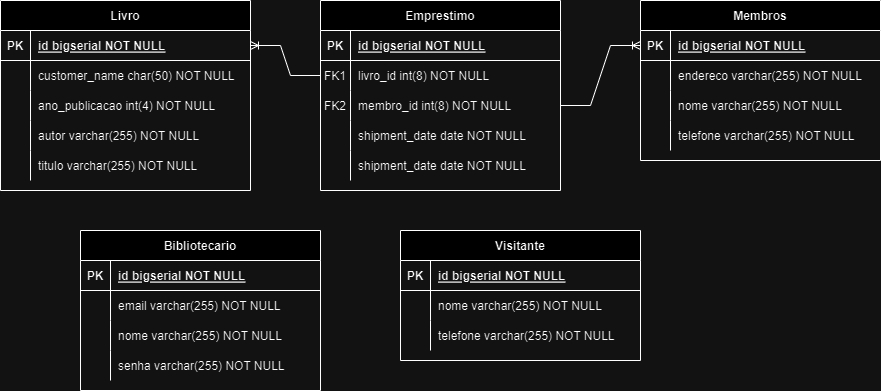
Above: M1S09-Ex 2.drawio.png in yamagishijapa/CRUDwithDb (draw.io), before the change. Source tidied: cells renumbered, new cells last; positions are measured from the earlier drawing's top-left corner, leaving out a move shared by most shapes.
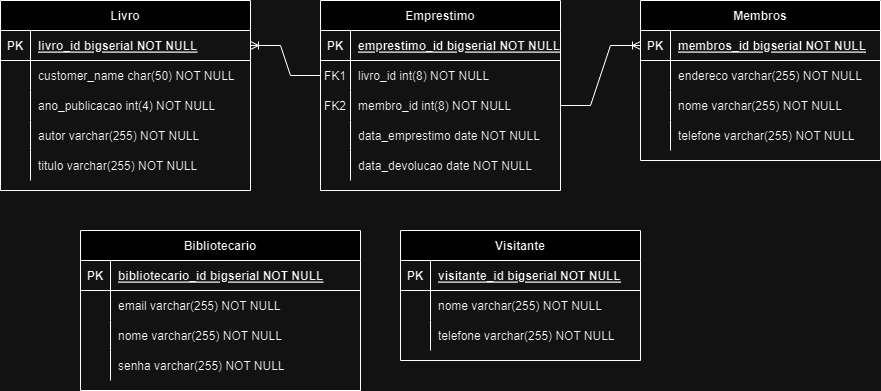
The same diagram one commit later.

Diff of the diagram source:
```diff
@@ -11,7 +11,7 @@
     <mxCell id="4" value="PK" style="shape=partialRectangle;overflow=hidden;fillColor=none;top=0;left=0;bottom=0;right=0;fontStyle=1;" parent="3" vertex="1">
       <mxGeometry width="30" height="30" as="geometry" />
     </mxCell>
-    <mxCell id="5" value="id bigserial NOT NULL " style="shape=partialRectangle;overflow=hidden;fillColor=none;top=0;left=0;bottom=0;right=0;align=left;spacingLeft=6;fontStyle=5;" parent="3" vertex="1">
+    <mxCell id="5" value="membros_id bigserial NOT NULL " style="shape=partialRectangle;overflow=hidden;fillColor=none;top=0;left=0;bottom=0;right=0;align=left;spacingLeft=6;fontStyle=5;" parent="3" vertex="1">
       <mxGeometry x="30" width="210" height="30" as="geometry" />
     </mxCell>
     <mxCell id="6" style="shape=partialRectangle;fillColor=none;top=0;left=0;right=0;bottom=0;" parent="2" vertex="1">
@@ -50,7 +50,7 @@
     <mxCell id="17" value="PK" style="shape=partialRectangle;overflow=hidden;fillColor=none;top=0;left=0;bottom=0;right=0;fontStyle=1;" parent="16" vertex="1">
       <mxGeometry width="30" height="30" as="geometry" />
     </mxCell>
-    <mxCell id="18" value="id bigserial NOT NULL " style="shape=partialRectangle;overflow=hidden;fillColor=none;top=0;left=0;bottom=0;right=0;align=left;spacingLeft=6;fontStyle=5;" parent="16" vertex="1">
+    <mxCell id="18" value="emprestimo_id bigserial NOT NULL " style="shape=partialRectangle;overflow=hidden;fillColor=none;top=0;left=0;bottom=0;right=0;align=left;spacingLeft=6;fontStyle=5;" parent="16" vertex="1">
       <mxGeometry x="30" width="210" height="30" as="geometry" />
     </mxCell>
     <mxCell id="19" style="shape=partialRectangle;fillColor=none;points=[[0,0.5],[1,0.5]];portConstraint=eastwest;top=0;left=0;right=0;bottom=0;" parent="15" vertex="1">
@@ -77,7 +77,7 @@
     <mxCell id="26" style="shape=partialRectangle;overflow=hidden;fillColor=none;top=0;left=0;bottom=0;right=0;" parent="25" vertex="1">
       <mxGeometry width="30" height="30" as="geometry" />
     </mxCell>
-    <mxCell id="27" value="shipment_date date NOT NULL" style="shape=partialRectangle;overflow=hidden;fillColor=none;top=0;left=0;bottom=0;right=0;align=left;spacingLeft=6;" parent="25" vertex="1">
+    <mxCell id="27" value="data_emprestimo date NOT NULL" style="shape=partialRectangle;overflow=hidden;fillColor=none;top=0;left=0;bottom=0;right=0;align=left;spacingLeft=6;" parent="25" vertex="1">
       <mxGeometry x="30" width="210" height="30" as="geometry" />
     </mxCell>
     <mxCell id="28" style="shape=partialRectangle;fillColor=none;top=0;left=0;right=0;bottom=0;" parent="15" vertex="1">
@@ -86,7 +86,7 @@
     <mxCell id="29" style="shape=partialRectangle;overflow=hidden;fillColor=none;top=0;left=0;bottom=0;right=0;" parent="28" vertex="1">
       <mxGeometry width="30" height="30" as="geometry" />
     </mxCell>
-    <mxCell id="30" value="shipment_date date NOT NULL" style="shape=partialRectangle;overflow=hidden;fillColor=none;top=0;left=0;bottom=0;right=0;align=left;spacingLeft=6;" parent="28" vertex="1">
+    <mxCell id="30" value="data_devolucao date NOT NULL" style="shape=partialRectangle;overflow=hidden;fillColor=none;top=0;left=0;bottom=0;right=0;align=left;spacingLeft=6;" parent="28" vertex="1">
       <mxGeometry x="30" width="210" height="30" as="geometry" />
     </mxCell>
     <mxCell id="31" value="Livro       " style="shape=table;startSize=30;rowLines=0;fontStyle=1;align=center;" parent="1" vertex="1">
@@ -98,7 +98,7 @@
     <mxCell id="33" value="PK" style="shape=partialRectangle;overflow=hidden;fillColor=none;top=0;left=0;bottom=0;right=0;fontStyle=1;" parent="32" vertex="1">
       <mxGeometry width="30" height="30" as="geometry" />
     </mxCell>
-    <mxCell id="34" value="id bigserial NOT NULL " style="shape=partialRectangle;overflow=hidden;fillColor=none;top=0;left=0;bottom=0;right=0;align=left;spacingLeft=6;fontStyle=5;" parent="32" vertex="1">
+    <mxCell id="34" value="livro_id bigserial NOT NULL " style="shape=partialRectangle;overflow=hidden;fillColor=none;top=0;left=0;bottom=0;right=0;align=left;spacingLeft=6;fontStyle=5;" parent="32" vertex="1">
       <mxGeometry x="30" width="220" height="30" as="geometry" />
     </mxCell>
     <mxCell id="35" style="shape=partialRectangle;fillColor=none;top=0;left=0;right=0;bottom=0;" parent="31" vertex="1">
@@ -148,43 +148,43 @@
       </mxGeometry>
     </mxCell>
     <mxCell id="49" value="Bibliotecario" style="shape=table;startSize=30;rowLines=0;fontStyle=1;align=center;" parent="1" vertex="1">
-      <mxGeometry x="80" y="230" width="240" height="160" as="geometry" />
+      <mxGeometry x="80" y="230" width="280" height="160" as="geometry" />
     </mxCell>
     <mxCell id="50" style="shape=partialRectangle;fillColor=none;top=0;left=0;right=0;bottom=1;" parent="49" vertex="1">
-      <mxGeometry y="30" width="240" height="30" as="geometry" />
+      <mxGeometry y="30" width="280" height="30" as="geometry" />
     </mxCell>
     <mxCell id="51" value="PK" style="shape=partialRectangle;overflow=hidden;fillColor=none;top=0;left=0;bottom=0;right=0;fontStyle=1;" parent="50" vertex="1">
       <mxGeometry width="30" height="30" as="geometry" />
     </mxCell>
-    <mxCell id="52" value="id bigserial NOT NULL " style="shape=partialRectangle;overflow=hidden;fillColor=none;top=0;left=0;bottom=0;right=0;align=left;spacingLeft=6;fontStyle=5;" parent="50" vertex="1">
-      <mxGeometry x="30" width="210" height="30" as="geometry" />
+    <mxCell id="52" value="bibliotecario_id bigserial NOT NULL " style="shape=partialRectangle;overflow=hidden;fillColor=none;top=0;left=0;bottom=0;right=0;align=left;spacingLeft=6;fontStyle=5;" parent="50" vertex="1">
+      <mxGeometry x="30" width="250" height="30" as="geometry" />
     </mxCell>
     <mxCell id="53" style="shape=partialRectangle;fillColor=none;top=0;left=0;right=0;bottom=0;" parent="49" vertex="1">
-      <mxGeometry y="60" width="240" height="30" as="geometry" />
+      <mxGeometry y="60" width="280" height="30" as="geometry" />
     </mxCell>
     <mxCell id="54" style="shape=partialRectangle;overflow=hidden;fillColor=none;top=0;left=0;bottom=0;right=0;" parent="53" vertex="1">
       <mxGeometry width="30" height="30" as="geometry" />
     </mxCell>
     <mxCell id="55" value="email varchar(255) NOT NULL" style="shape=partialRectangle;overflow=hidden;fillColor=none;top=0;left=0;bottom=0;right=0;align=left;spacingLeft=6;" parent="53" vertex="1">
-      <mxGeometry x="30" width="210" height="30" as="geometry" />
+      <mxGeometry x="30" width="250" height="30" as="geometry" />
     </mxCell>
     <mxCell id="56" style="shape=partialRectangle;fillColor=none;top=0;left=0;right=0;bottom=0;" parent="49" vertex="1">
-      <mxGeometry y="90" width="240" height="30" as="geometry" />
+      <mxGeometry y="90" width="280" height="30" as="geometry" />
     </mxCell>
     <mxCell id="57" style="shape=partialRectangle;overflow=hidden;fillColor=none;top=0;left=0;bottom=0;right=0;" parent="56" vertex="1">
       <mxGeometry width="30" height="30" as="geometry" />
     </mxCell>
     <mxCell id="58" value="nome varchar(255) NOT NULL" style="shape=partialRectangle;overflow=hidden;fillColor=none;top=0;left=0;bottom=0;right=0;align=left;spacingLeft=6;" parent="56" vertex="1">
-      <mxGeometry x="30" width="210" height="30" as="geometry" />
+      <mxGeometry x="30" width="250" height="30" as="geometry" />
     </mxCell>
     <mxCell id="59" style="shape=partialRectangle;fillColor=none;top=0;left=0;right=0;bottom=0;" parent="49" vertex="1">
-      <mxGeometry y="120" width="240" height="30" as="geometry" />
+      <mxGeometry y="120" width="280" height="30" as="geometry" />
     </mxCell>
     <mxCell id="60" style="shape=partialRectangle;overflow=hidden;fillColor=none;top=0;left=0;bottom=0;right=0;" parent="59" vertex="1">
       <mxGeometry width="30" height="30" as="geometry" />
     </mxCell>
     <mxCell id="61" value="senha varchar(255) NOT NULL" style="shape=partialRectangle;overflow=hidden;fillColor=none;top=0;left=0;bottom=0;right=0;align=left;spacingLeft=6;" parent="59" vertex="1">
-      <mxGeometry x="30" width="210" height="30" as="geometry" />
+      <mxGeometry x="30" width="250" height="30" as="geometry" />
     </mxCell>
     <mxCell id="62" value="Visitante" style="shape=table;startSize=30;rowLines=0;fontStyle=1;align=center;" parent="1" vertex="1">
       <mxGeometry x="400" y="230" width="240" height="130" as="geometry" />
@@ -195,7 +195,7 @@
     <mxCell id="64" value="PK" style="shape=partialRectangle;overflow=hidden;fillColor=none;top=0;left=0;bottom=0;right=0;fontStyle=1;" parent="63" vertex="1">
       <mxGeometry width="30" height="30" as="geometry" />
     </mxCell>
-    <mxCell id="65" value="id bigserial NOT NULL " style="shape=partialRectangle;overflow=hidden;fillColor=none;top=0;left=0;bottom=0;right=0;align=left;spacingLeft=6;fontStyle=5;" parent="63" vertex="1">
+    <mxCell id="65" value="visitante_id bigserial NOT NULL " style="shape=partialRectangle;overflow=hidden;fillColor=none;top=0;left=0;bottom=0;right=0;align=left;spacingLeft=6;fontStyle=5;" parent="63" vertex="1">
       <mxGeometry x="30" width="210" height="30" as="geometry" />
     </mxCell>
     <mxCell id="66" style="shape=partialRectangle;fillColor=none;top=0;left=0;right=0;bottom=0;" parent="62" vertex="1">
```
